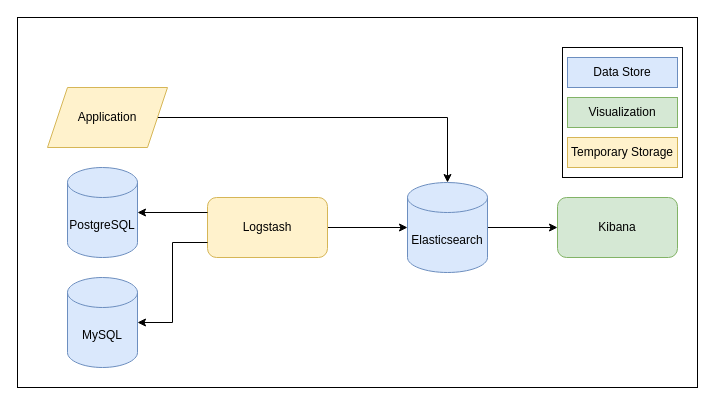
Above: page "Seite-1" (1 of 2) of doc/figures/searchengine_architecture.drawio in PanzerknackerR/elasticsearch_multisouce_searchengine (draw.io), before the change. Source tidied: cells renumbered, new cells numbered last; positions are measured from the earlier drawing's top-left corner, leaving out a move shared by most shapes. Both pictures are drawn from the tidied source at 100%, with x=0, y=0 at pixel (17, 17).
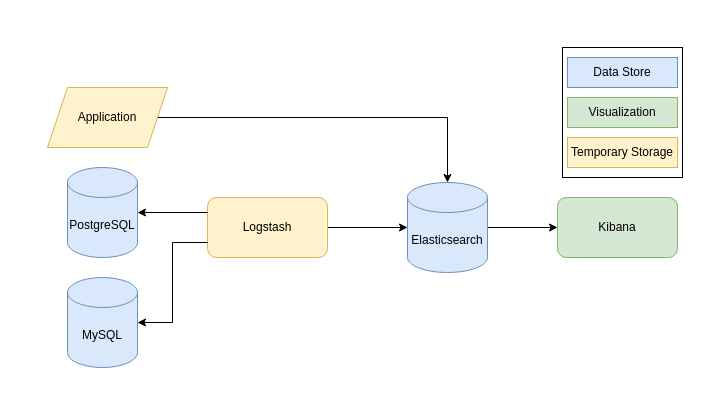
Above is the later version.

Change to the diagram source:
```diff
@@
 <mxGraphModel>
   <root>
     <mxCell id="0" />
     <mxCell id="1" parent="0" />
-    <mxCell id="2" style="rounded=0;whiteSpace=wrap;html=1;" parent="1" vertex="1">
-      <mxGeometry width="680" height="370" as="geometry" />
-    </mxCell>
     <mxCell id="3" style="rounded=0;whiteSpace=wrap;html=1;" parent="1" vertex="1">
       <mxGeometry x="545" y="30" width="120" height="130" as="geometry" />
     </mxCell>
     <mxCell id="4" value="Kibana" style="rounded=1;whiteSpace=wrap;html=1;fillColor=#d5e8d4;strokeColor=#82b366;" parent="1" vertex="1">
       <mxGeometry x="540" y="180" width="120" height="60" as="geometry" />
     </mxCell>
     <mxCell id="5" style="edgeStyle=orthogonalEdgeStyle;rounded=0;jettySize=auto;html=1;exitX=1;exitY=0.5;exitDx=0;exitDy=0;exitPerimeter=0;entryX=0;entryY=0.5;entryDx=0;entryDy=0;" parent="1" edge="1" source="6" target="4">
       <mxGeometry relative="1" as="geometry" />
     </mxCell>
     <mxCell id="6" value="Elasticsearch" style="shape=cylinder3;whiteSpace=wrap;html=1;boundedLbl=1;backgroundOutline=1;size=15;fillColor=#dae8fc;strokeColor=#6c8ebf;" parent="1" vertex="1">
       <mxGeometry x="390" y="165" width="80" height="90" as="geometry" />
     </mxCell>
     <mxCell id="7" style="edgeStyle=orthogonalEdgeStyle;rounded=0;jettySize=auto;html=1;exitX=1;exitY=0.5;exitDx=0;exitDy=0;entryX=0;entryY=0.5;entryDx=0;entryDy=0;entryPerimeter=0;" parent="1" edge="1" source="8" target="6">
       <mxGeometry relative="1" as="geometry" />
     </mxCell>
     <mxCell id="8" value="Logstash" style="rounded=1;whiteSpace=wrap;html=1;fillColor=#fff2cc;strokeColor=#d6b656;" parent="1" vertex="1">
       <mxGeometry x="190" y="180" width="120" height="60" as="geometry" />
     </mxCell>
     <mxCell id="9" style="edgeStyle=orthogonalEdgeStyle;rounded=0;jettySize=auto;html=1;exitX=1;exitY=0.5;exitDx=0;exitDy=0;exitPerimeter=0;entryX=0;entryY=0.25;entryDx=0;entryDy=0;startArrow=classic;startFill=1;endArrow=none;endFill=0;" parent="1" edge="1" source="10" target="8">
       <mxGeometry relative="1" as="geometry" />
     </mxCell>
     <mxCell id="10" value="PostgreSQL" style="shape=cylinder3;whiteSpace=wrap;html=1;boundedLbl=1;backgroundOutline=1;size=15;fillColor=#dae8fc;strokeColor=#6c8ebf;" parent="1" vertex="1">
       <mxGeometry x="50" y="150" width="70" height="90" as="geometry" />
     </mxCell>
     <mxCell id="11" style="edgeStyle=orthogonalEdgeStyle;rounded=0;jettySize=auto;html=1;exitX=1;exitY=0.5;exitDx=0;exitDy=0;exitPerimeter=0;entryX=0;entryY=0.75;entryDx=0;entryDy=0;startArrow=classic;startFill=1;endArrow=none;endFill=0;" parent="1" edge="1" source="12" target="8">
       <mxGeometry relative="1" as="geometry" />
     </mxCell>
     <mxCell id="12" value="MySQL" style="shape=cylinder3;whiteSpace=wrap;html=1;boundedLbl=1;backgroundOutline=1;size=15;fillColor=#dae8fc;strokeColor=#6c8ebf;" parent="1" vertex="1">
       <mxGeometry x="50" y="260" width="70" height="90" as="geometry" />
     </mxCell>
     <mxCell id="13" style="edgeStyle=orthogonalEdgeStyle;rounded=0;jettySize=auto;html=1;exitX=1;exitY=0.5;exitDx=0;exitDy=0;entryX=0.5;entryY=0;entryDx=0;entryDy=0;entryPerimeter=0;" parent="1" edge="1" source="14" target="6">
       <mxGeometry relative="1" as="geometry" />
     </mxCell>
     <mxCell id="14" value="Application" style="shape=parallelogram;perimeter=parallelogramPerimeter;whiteSpace=wrap;html=1;fixedSize=1;fillColor=#fff2cc;strokeColor=#d6b656;" parent="1" vertex="1">
       <mxGeometry x="30" y="70" width="120" height="60" as="geometry" />
     </mxCell>
     <mxCell id="15" value="Data Store" style="rounded=0;whiteSpace=wrap;html=1;fillColor=#dae8fc;strokeColor=#6c8ebf;" parent="1" vertex="1">
       <mxGeometry x="550" y="40" width="110" height="30" as="geometry" />
     </mxCell>
     <mxCell id="16" value="Visualization" style="rounded=0;whiteSpace=wrap;html=1;fillColor=#d5e8d4;strokeColor=#82b366;" parent="1" vertex="1">
       <mxGeometry x="550" y="80" width="110" height="30" as="geometry" />
     </mxCell>
     <mxCell id="17" value="Temporary Storage" style="rounded=0;whiteSpace=wrap;html=1;fillColor=#fff2cc;strokeColor=#d6b656;" parent="1" vertex="1">
       <mxGeometry x="550" y="120" width="110" height="30" as="geometry" />
     </mxCell>
   </root>
 </mxGraphModel>
```
